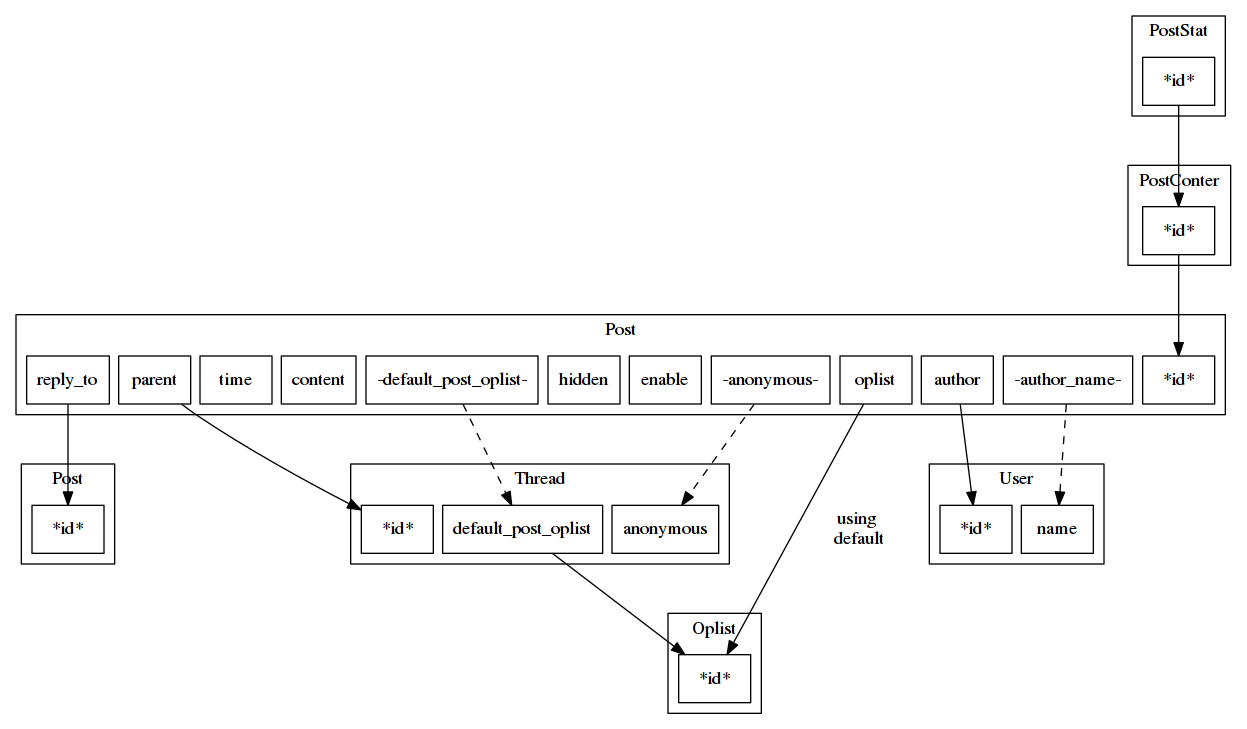
Before: pages/graph/erd/posts.png, a diagram exported from Graphviz (cc98-frontend-development/API). Its source is kept beside it as pages/graph/erd/posts.dot.
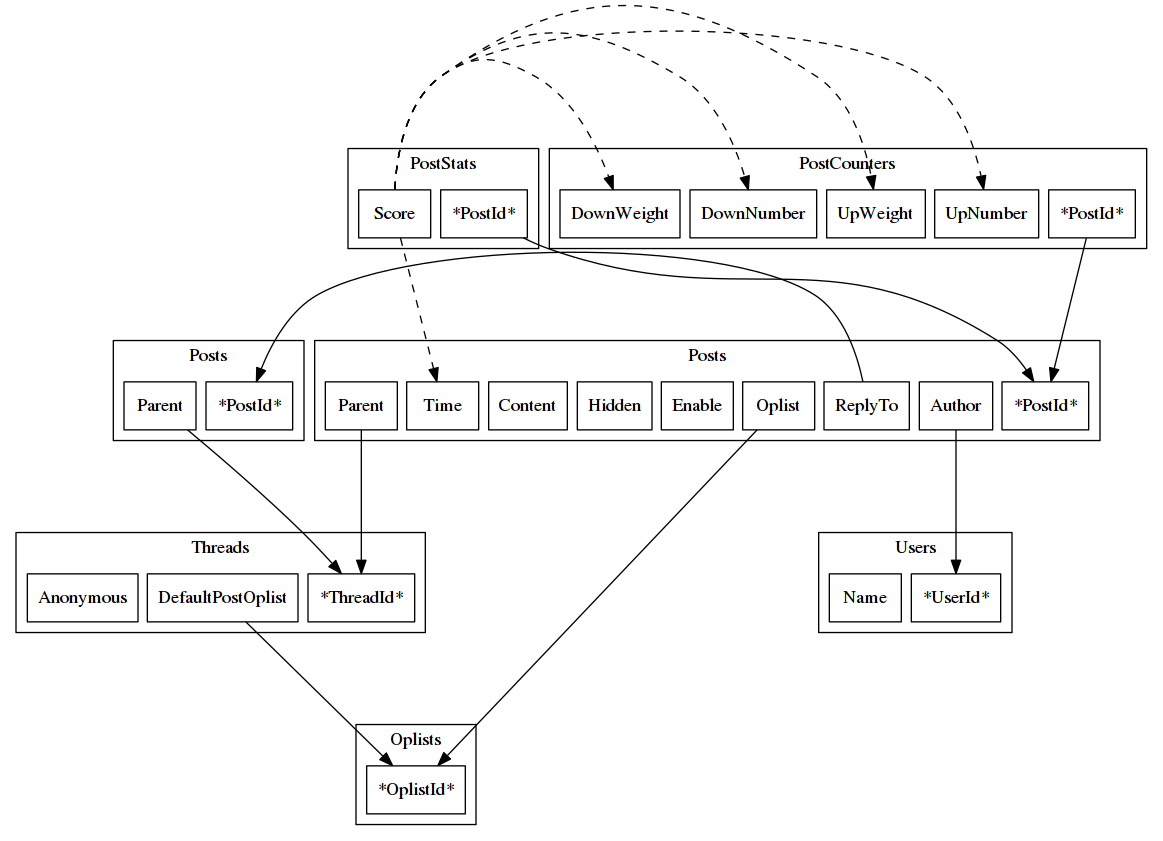
After the commit.

What changed in the source:
```diff
@@ -1,68 +1,74 @@
 strict digraph g {
 	node [ shape = box ];
 	nodesep = 0.1;
-	ranksep = 1;
+	ranksep = 1.5;
 
 	subgraph cluster_post_1 {
-		label = "Post";
-		node_a_post_id                  [ label = "*id*" ];
-		node_a_post_parent              [ label = "parent" ];
-		node_a_post_reply_to            [ label = "reply_to" ];
-		node_a_post_oplist              [ label = "oplist" ];
-		node_a_post_default_post_oplist [ label = "-default_post_oplist-" ];
-		node_a_post_enable              [ label = "enable" ];
-		node_a_post_hidden              [ label = "hidden" ];
-		node_a_post_anonymous           [ label = "-anonymous-" ];
-		node_a_post_content             [ label = "content" ];
-		node_a_post_time                [ label = "time" ];
-		node_a_post_author              [ label = "author" ];
-		node_a_post_author_name         [ label = "-author_name-" ];
+		label = "Posts";
+		node_a_post_post_id             [ label = "*PostId*" ];
+		node_a_post_parent              [ label = "Parent" ];
+		node_a_post_reply_to            [ label = "ReplyTo" ];
+		node_a_post_oplist              [ label = "Oplist" ];
+		node_a_post_enable              [ label = "Enable" ];
+		node_a_post_hidden              [ label = "Hidden" ];
+		node_a_post_content             [ label = "Content" ];
+		node_a_post_time                [ label = "Time" ];
+		node_a_post_author              [ label = "Author" ];
 	}
 
+	node_a_post_parent -> node_a_thread_thread_id;
+	node_a_post_reply_to -> node_a_post_post_id_2 [ constraint = false ];
+	node_a_post_oplist -> node_a_oplist_oplist_id;
+	node_a_post_stat_post_id -> node_a_post_post_id;
+	node_a_post_counter_post_id -> node_a_post_post_id;
+	node_a_post_author -> node_a_user_user_id;
+
 	subgraph cluster_post_stat {
-		label = "PostStat";
-		node_a_post_stat_id         [ label = "*id*" ];
+		label = "PostStats";
+		node_a_post_stat_post_id    [ label = "*PostId*" ];
+		node_a_post_stat_score      [ label = "Score" ];
 	}
 
+	node_a_post_stat_score -> node_a_post_counter_up_number [ style = dashed, constraint = false ];
+	node_a_post_stat_score -> node_a_post_counter_up_weight [ style = dashed, constraint = false ];
+	node_a_post_stat_score -> node_a_post_counter_down_number [ style = dashed, constraint = false ];
+	node_a_post_stat_score -> node_a_post_counter_down_weight [ style = dashed, constraint = false ];
+
 	subgraph cluster_post_couter {
-		label = "PostConter";
-		node_a_post_counter_id      [ label = "*id*" ];
+		label = "PostCounters";
+		node_a_post_counter_post_id      [ label = "*PostId*" ];
+		node_a_post_counter_up_number    [ label = "UpNumber" ];
+		node_a_post_counter_down_number  [ label = "DownNumber" ];
+		node_a_post_counter_up_weight    [ label = "UpWeight" ];
+		node_a_post_counter_down_weight  [ label = "DownWeight" ];
 	}
 
 	subgraph cluster_post_2 {
-		label = "Post";
-		node_a_post_id_2        [ label = "*id*" ];
+		label = "Posts";
+		node_a_post_post_id_2        [ label = "*PostId*" ];
+		node_a_post_parent_2         [ label = "Parent" ];
 	}
 
+	node_a_post_parent_2 -> node_a_thread_thread_id;
+
 	subgraph cluster_thread {
-		label = "Thread";
-		node_a_thread_id        [ label = "*id*" ];
-		node_a_thread_default_post_oplist [ label = "default_post_oplist" ];
-		node_a_thread_anonymous [ label = "anonymous" ];
+		label = "Threads";
+		node_a_thread_thread_id           [ label = "*ThreadId*" ];
+		node_a_thread_default_post_oplist [ label = "DefaultPostOplist" ];
+		node_a_thread_anonymous           [ label = "Anonymous" ];
 	}
 
+	node_a_thread_default_post_oplist -> node_a_oplist_oplist_id;
+
 	subgraph cluster_oplist {
-		label = "Oplist";
-		node_a_oplist_id        [ label = "*id*" ];
+		label = "Oplists";
+		node_a_oplist_oplist_id        [ label = "*OplistId*" ];
 	}
 
 	subgraph cluster_user {
-		label = "User";
-		node_a_user_id [ label = "*id*" ];
-		node_a_user_name    [ label = "name" ];
+		label = "Users";
+		node_a_user_user_id [ label = "*UserId*" ];
+		node_a_user_name    [ label = "Name" ];
 	}
 
-
-	node_a_post_parent -> node_a_thread_id;
-	node_a_post_reply_to -> node_a_post_id_2;
-	node_a_post_oplist -> node_a_oplist_id [ label = "using\n default" ];
-	node_a_post_default_post_oplist -> node_a_thread_default_post_oplist [ style = dashed ];
-	node_a_post_anonymous -> node_a_thread_anonymous [style = dashed ];
-	node_a_post_author -> node_a_user_id;
-	node_a_post_author_name -> node_a_user_name     [ style = dashed ];
-
-	node_a_thread_default_post_oplist -> node_a_oplist_id;
-
-	node_a_post_stat_id -> node_a_post_counter_id;
-	node_a_post_counter_id -> node_a_post_id;
 }
```
